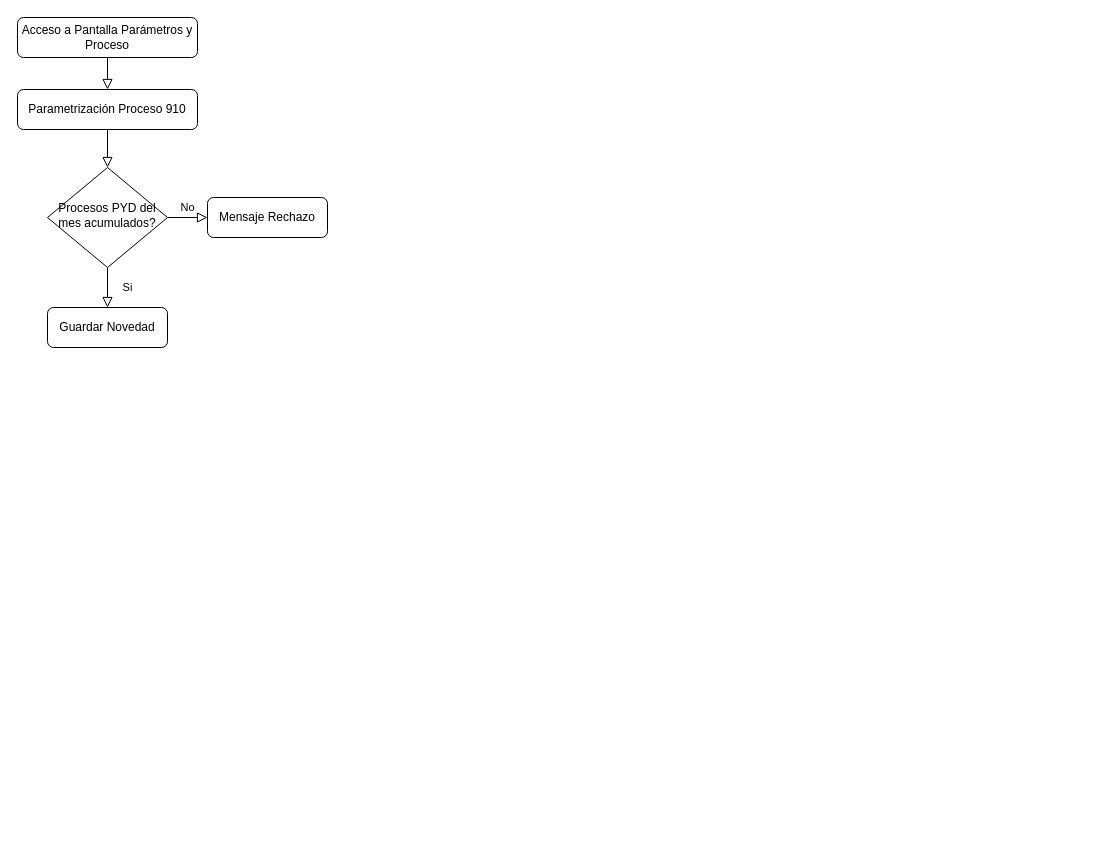
Above: Diagrama sin título.drawio in McClauss/EntregasCoderVD (draw.io), before the change. Source tidied: cells renumbered, new cells numbered last; positions are measured from the earlier drawing's top-left corner, leaving out a move shared by most shapes. Both pictures are drawn from the tidied source at 100%, with x=0, y=0 at pixel (17, 17).
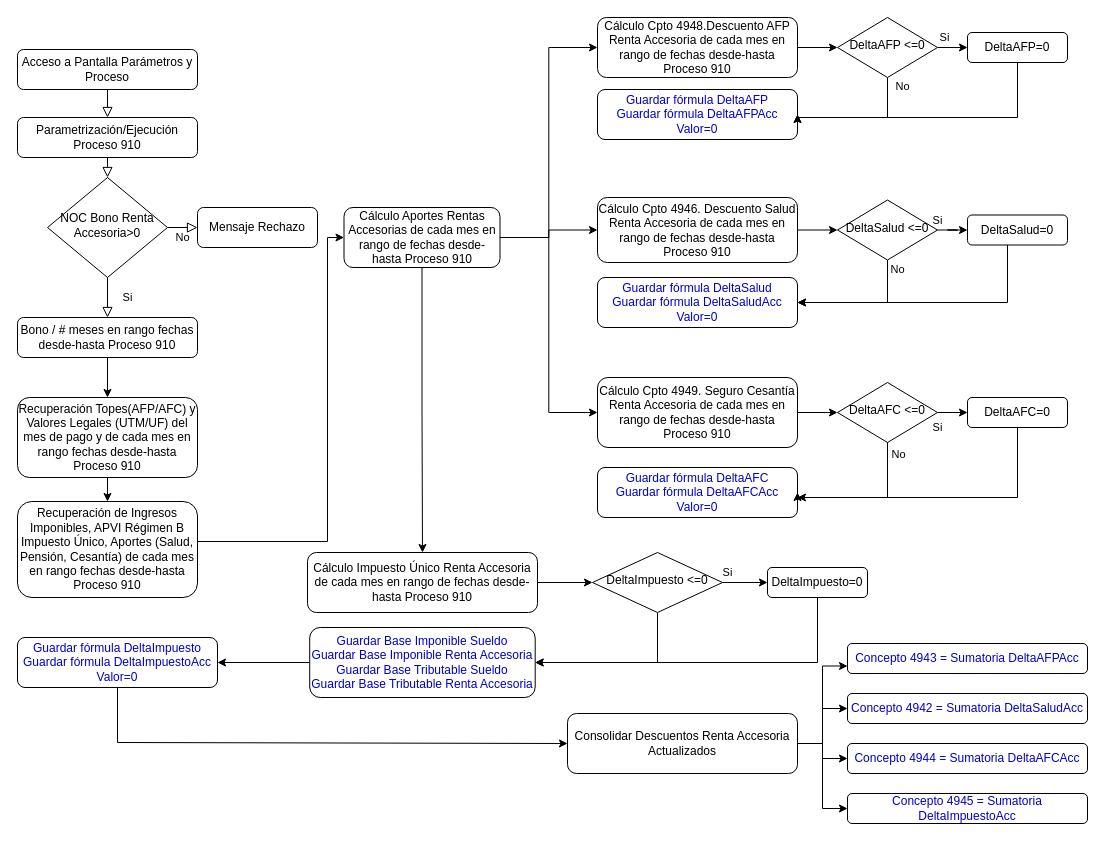
After the change.

Change to the diagram source:
```diff
@@
-    <mxCell id="2" style="rounded=0;html=1;jettySize=auto;fontSize=11;endArrow=block;endFill=0;endSize=8;strokeWidth=1;shadow=0;labelBackgroundColor=none;edgeStyle=orthogonalEdgeStyle;exitX=0.5;exitY=1;exitDx=0;exitDy=0;" parent="1" edge="1" source="9" target="6">
-      <mxGeometry relative="1" as="geometry" />
+    <mxCell id="2" style="rounded=0;html=1;jettySize=auto;fontSize=11;endArrow=block;endFill=0;endSize=8;strokeWidth=1;shadow=0;labelBackgroundColor=none;edgeStyle=orthogonalEdgeStyle;exitX=0.5;exitY=1;exitDx=0;exitDy=0;" parent="1" edge="1" source="9">
+      <mxGeometry relative="1" as="geometry">
+        <mxPoint x="90" y="160" as="targetPoint" />
+      </mxGeometry>
     </mxCell>
     <mxCell id="3" value="Acceso a Pantalla Parámetros y Proceso" style="rounded=1;whiteSpace=wrap;html=1;fontSize=12;glass=0;strokeWidth=1;shadow=0;" parent="1" vertex="1">
-      <mxGeometry width="180" height="40" as="geometry" />
+      <mxGeometry y="32" width="180" height="40" as="geometry" />
     </mxCell>
@@
-    <mxCell id="5" value="No" style="edgeStyle=orthogonalEdgeStyle;rounded=0;html=1;jettySize=auto;fontSize=11;endArrow=block;endFill=0;endSize=8;strokeWidth=1;shadow=0;labelBackgroundColor=none;" parent="1" edge="1" source="6" target="7">
+    <mxCell id="5" value="No" style="edgeStyle=orthogonalEdgeStyle;rounded=0;html=1;jettySize=auto;fontSize=11;endArrow=block;endFill=0;endSize=8;strokeWidth=1;shadow=0;labelBackgroundColor=none;entryX=0;entryY=0.5;entryDx=0;entryDy=0;" parent="1" edge="1" source="6" target="7">
       <mxGeometry y="10" relative="1" as="geometry" />
     </mxCell>
-    <mxCell id="6" value="Procesos PYD del mes acumulados?" style="rhombus;whiteSpace=wrap;html=1;shadow=0;fontFamily=Helvetica;fontSize=12;align=center;strokeWidth=1;spacing=6;spacingTop=-4;" parent="1" vertex="1">
-      <mxGeometry x="30" y="150" width="120" height="100" as="geometry" />
+    <mxCell id="6" value="NOC Bono Renta Accesoria&amp;gt;0" style="rhombus;whiteSpace=wrap;html=1;shadow=0;fontFamily=Helvetica;fontSize=12;align=center;strokeWidth=1;spacing=6;spacingTop=-4;" parent="1" vertex="1">
+      <mxGeometry x="30" y="160" width="120" height="100" as="geometry" />
     </mxCell>
     <mxCell id="7" value="Mensaje Rechazo" style="rounded=1;whiteSpace=wrap;html=1;fontSize=12;glass=0;strokeWidth=1;shadow=0;" parent="1" vertex="1">
-      <mxGeometry x="190" y="180" width="120" height="40" as="geometry" />
+      <mxGeometry x="180" y="190" width="120" height="40" as="geometry" />
     </mxCell>
+    <mxCell id="11" style="edgeStyle=orthogonalEdgeStyle;rounded=0;jettySize=auto;html=1;entryX=0.5;entryY=0;entryDx=0;entryDy=0;" parent="1" edge="1" source="8" target="13">
+      <mxGeometry relative="1" as="geometry" />
+    </mxCell>
-    <mxCell id="8" value="Guardar Novedad" style="rounded=1;whiteSpace=wrap;html=1;fontSize=12;glass=0;strokeWidth=1;shadow=0;" parent="1" vertex="1">
-      <mxGeometry x="30" y="290" width="120" height="40" as="geometry" />
+    <mxCell id="8" value="Bono / # meses en rango fechas desde-hasta Proceso 910" style="rounded=1;whiteSpace=wrap;html=1;fontSize=12;glass=0;strokeWidth=1;shadow=0;" parent="1" vertex="1">
+      <mxGeometry y="300" width="180" height="40" as="geometry" />
     </mxCell>
-    <mxCell id="9" value="Parametrización Proceso 910" style="rounded=1;whiteSpace=wrap;html=1;fontSize=12;glass=0;strokeWidth=1;shadow=0;" parent="1" vertex="1">
-      <mxGeometry y="72" width="180" height="40" as="geometry" />
+    <mxCell id="9" value="Parametrización/Ejecución Proceso 910" style="rounded=1;whiteSpace=wrap;html=1;fontSize=12;glass=0;strokeWidth=1;shadow=0;" parent="1" vertex="1">
+      <mxGeometry y="100" width="180" height="40" as="geometry" />
     </mxCell>
@@
+    <mxCell id="12" style="edgeStyle=orthogonalEdgeStyle;rounded=0;jettySize=auto;html=1;" parent="1" edge="1" source="13" target="15">
+      <mxGeometry relative="1" as="geometry" />
+    </mxCell>
+    <mxCell id="13" value="Recuperación Topes(AFP/AFC) y Valores Legales (UTM/UF) del mes de pago y de cada mes en rango fechas desde-hasta Proceso 910" style="rounded=1;whiteSpace=wrap;html=1;fontSize=12;glass=0;strokeWidth=1;shadow=0;" parent="1" vertex="1">
+      <mxGeometry y="380" width="180" height="80" as="geometry" />
+    </mxCell>
+    <mxCell id="14" style="edgeStyle=orthogonalEdgeStyle;rounded=0;jettySize=auto;html=1;entryX=0;entryY=0.5;entryDx=0;entryDy=0;" parent="1" edge="1" source="15" target="22">
+      <mxGeometry relative="1" as="geometry">
+        <Array as="points">
+          <mxPoint x="310" y="524" />
+          <mxPoint x="310" y="220" />
+        </Array>
+      </mxGeometry>
+    </mxCell>
+    <mxCell id="15" value="Recuperación de Ingresos Imponibles, APVI Régimen B Impuesto Único, Aportes (Salud, Pensión, Cesantía) de cada mes en rango fechas desde-hasta Proceso 910" style="rounded=1;whiteSpace=wrap;html=1;fontSize=12;glass=0;strokeWidth=1;shadow=0;" parent="1" vertex="1">
+      <mxGeometry y="484" width="180" height="96" as="geometry" />
+    </mxCell>
+    <mxCell id="16" style="edgeStyle=orthogonalEdgeStyle;rounded=0;jettySize=auto;html=1;entryX=0;entryY=0.5;entryDx=0;entryDy=0;" parent="1" edge="1" source="17" target="35">
+      <mxGeometry relative="1" as="geometry" />
+    </mxCell>
+    <mxCell id="17" value="Cálculo Cpto 4948.Descuento AFP Renta Accesoria de cada mes en rango de fechas desde-hasta Proceso 910" style="rounded=1;whiteSpace=wrap;html=1;fontSize=12;glass=0;strokeWidth=1;shadow=0;" parent="1" vertex="1">
+      <mxGeometry x="580" width="200" height="60" as="geometry" />
+    </mxCell>
+    <mxCell id="18" style="edgeStyle=orthogonalEdgeStyle;rounded=0;jettySize=auto;html=1;entryX=0.5;entryY=0;entryDx=0;entryDy=0;" parent="1" edge="1" source="22" target="29">
+      <mxGeometry relative="1" as="geometry" />
+    </mxCell>
+    <mxCell id="19" style="edgeStyle=orthogonalEdgeStyle;rounded=0;jettySize=auto;html=1;entryX=0;entryY=0.5;entryDx=0;entryDy=0;" parent="1" edge="1" source="22" target="17">
+      <mxGeometry relative="1" as="geometry" />
+    </mxCell>
+    <mxCell id="20" style="edgeStyle=orthogonalEdgeStyle;rounded=0;jettySize=auto;html=1;entryX=0;entryY=0.5;entryDx=0;entryDy=0;" parent="1" edge="1" source="22" target="24">
+      <mxGeometry relative="1" as="geometry" />
+    </mxCell>
+    <mxCell id="21" style="edgeStyle=orthogonalEdgeStyle;rounded=0;jettySize=auto;html=1;entryX=0;entryY=0.5;entryDx=0;entryDy=0;" parent="1" edge="1" source="22" target="26">
+      <mxGeometry relative="1" as="geometry" />
+    </mxCell>
+    <mxCell id="22" value="Cálculo Aportes Rentas Accesorias de cada mes en rango de fechas desde-hasta Proceso 910" style="rounded=1;whiteSpace=wrap;html=1;fontSize=12;glass=0;strokeWidth=1;shadow=0;" parent="1" vertex="1">
+      <mxGeometry x="326.5" y="190" width="156" height="60" as="geometry" />
+    </mxCell>
+    <mxCell id="23" style="edgeStyle=orthogonalEdgeStyle;rounded=0;jettySize=auto;html=1;entryX=0;entryY=0.5;entryDx=0;entryDy=0;" parent="1" edge="1" source="24" target="40">
+      <mxGeometry relative="1" as="geometry" />
+    </mxCell>
+    <mxCell id="24" value="Cálculo Cpto 4946. Descuento Salud Renta Accesoria de cada mes en rango de fechas desde-hasta Proceso 910" style="rounded=1;whiteSpace=wrap;html=1;fontSize=12;glass=0;strokeWidth=1;shadow=0;" parent="1" vertex="1">
+      <mxGeometry x="580" y="180" width="200" height="65" as="geometry" />
+    </mxCell>
+    <mxCell id="25" style="edgeStyle=orthogonalEdgeStyle;rounded=0;jettySize=auto;html=1;entryX=0;entryY=0.5;entryDx=0;entryDy=0;" parent="1" edge="1" source="26" target="46">
+      <mxGeometry relative="1" as="geometry" />
+    </mxCell>
+    <mxCell id="26" value="Cálculo Cpto 4949. Seguro Cesantía Renta Accesoria de cada mes en rango de fechas desde-hasta Proceso 910" style="rounded=1;whiteSpace=wrap;html=1;fontSize=12;glass=0;strokeWidth=1;shadow=0;" parent="1" vertex="1">
+      <mxGeometry x="580" y="360" width="200" height="70" as="geometry" />
+    </mxCell>
+    <mxCell id="27" style="edgeStyle=orthogonalEdgeStyle;rounded=0;jettySize=auto;html=1;entryX=0;entryY=0.5;entryDx=0;entryDy=0;" parent="1" edge="1" source="29" target="54">
+      <mxGeometry relative="1" as="geometry" />
+    </mxCell>
+    <mxCell id="28" style="edgeStyle=orthogonalEdgeStyle;rounded=0;jettySize=auto;html=1;entryX=0;entryY=0.5;entryDx=0;entryDy=0;exitX=0.5;exitY=1;exitDx=0;exitDy=0;" parent="1" edge="1" source="51" target="61">
+      <mxGeometry relative="1" as="geometry">
+        <Array as="points">
+          <mxPoint x="100" y="725" />
+          <mxPoint x="550" y="725" />
+        </Array>
+      </mxGeometry>
+    </mxCell>
+    <mxCell id="29" value="Cálculo Impuesto Único Renta Accesoria de cada mes en rango de fechas desde-hasta Proceso 910" style="rounded=1;whiteSpace=wrap;html=1;fontSize=12;glass=0;strokeWidth=1;shadow=0;" parent="1" vertex="1">
+      <mxGeometry x="290" y="535" width="230" height="60" as="geometry" />
+    </mxCell>
+    <mxCell id="30" value="Guardar fórmula DeltaAFP&lt;br&gt;Guardar fórmula DeltaAFPAcc&lt;br&gt;Valor=0" style="rounded=1;whiteSpace=wrap;html=1;fontSize=12;glass=0;strokeWidth=1;shadow=0;fontStyle=0;fontColor=#0000CC;" parent="1" vertex="1">
+      <mxGeometry x="580" y="72" width="200" height="50" as="geometry" />
+    </mxCell>
+    <mxCell id="31" value="Guardar fórmula DeltaSalud&lt;br&gt;Guardar fórmula DeltaSaludAcc&lt;br&gt;Valor=0" style="rounded=1;whiteSpace=wrap;html=1;fontSize=12;glass=0;strokeWidth=1;shadow=0;fontStyle=0;fontColor=#0000CC;" parent="1" vertex="1">
+      <mxGeometry x="580" y="260" width="200" height="50" as="geometry" />
+    </mxCell>
+    <mxCell id="32" value="Guardar fórmula DeltaAFC&lt;br&gt;Guardar fórmula DeltaAFCAcc&lt;br&gt;Valor=0" style="rounded=1;whiteSpace=wrap;html=1;fontSize=12;glass=0;strokeWidth=1;shadow=0;fontStyle=0;fontColor=#0000CC;" parent="1" vertex="1">
+      <mxGeometry x="580" y="450" width="200" height="50" as="geometry" />
+    </mxCell>
+    <mxCell id="33" value="No" style="edgeStyle=orthogonalEdgeStyle;rounded=0;jettySize=auto;html=1;entryX=1;entryY=0.5;entryDx=0;entryDy=0;" parent="1" edge="1" source="35" target="30">
+      <mxGeometry x="-0.87" y="15" relative="1" as="geometry">
+        <Array as="points">
+          <mxPoint x="870" y="100" />
+          <mxPoint x="780" y="100" />
+        </Array>
+      </mxGeometry>
+    </mxCell>
+    <mxCell id="34" value="Si" style="edgeStyle=orthogonalEdgeStyle;rounded=0;jettySize=auto;html=1;entryX=0;entryY=0.5;entryDx=0;entryDy=0;" parent="1" edge="1" source="35" target="37">
+      <mxGeometry x="-0.71" y="10" relative="1" as="geometry" />
+    </mxCell>
+    <mxCell id="35" value="DeltaAFP &amp;lt;=0" style="rhombus;whiteSpace=wrap;html=1;shadow=0;fontFamily=Helvetica;fontSize=12;align=center;strokeWidth=1;spacing=6;spacingTop=-4;" parent="1" vertex="1">
+      <mxGeometry x="820" width="100" height="60" as="geometry" />
+    </mxCell>
+    <mxCell id="36" style="edgeStyle=orthogonalEdgeStyle;rounded=0;jettySize=auto;html=1;entryX=1;entryY=0.5;entryDx=0;entryDy=0;exitX=0.5;exitY=1;exitDx=0;exitDy=0;" parent="1" edge="1" source="37" target="30">
+      <mxGeometry relative="1" as="geometry">
+        <Array as="points">
+          <mxPoint x="1000" y="100" />
+          <mxPoint x="780" y="100" />
+        </Array>
+      </mxGeometry>
+    </mxCell>
+    <mxCell id="37" value="DeltaAFP=0" style="rounded=1;whiteSpace=wrap;html=1;fontSize=12;glass=0;strokeWidth=1;shadow=0;" parent="1" vertex="1">
+      <mxGeometry x="950" y="15" width="100" height="30" as="geometry" />
+    </mxCell>
+    <mxCell id="38" value="Si" style="edgeStyle=orthogonalEdgeStyle;rounded=0;jettySize=auto;html=1;entryX=0;entryY=0.5;entryDx=0;entryDy=0;" parent="1" edge="1" source="40" target="42">
+      <mxGeometry x="-1" y="10" relative="1" as="geometry" />
+    </mxCell>
+    <mxCell id="39" value="No" style="edgeStyle=orthogonalEdgeStyle;rounded=0;jettySize=auto;html=1;entryX=1;entryY=0.5;entryDx=0;entryDy=0;" parent="1" edge="1" source="40" target="31">
+      <mxGeometry x="-0.87" y="10" relative="1" as="geometry">
+        <Array as="points">
+          <mxPoint x="870" y="285" />
+        </Array>
+      </mxGeometry>
+    </mxCell>
+    <mxCell id="40" value="DeltaSalud &amp;lt;=0" style="rhombus;whiteSpace=wrap;html=1;shadow=0;fontFamily=Helvetica;fontSize=12;align=center;strokeWidth=1;spacing=6;spacingTop=-4;" parent="1" vertex="1">
+      <mxGeometry x="820" y="182.5" width="100" height="60" as="geometry" />
+    </mxCell>
+    <mxCell id="41" style="edgeStyle=orthogonalEdgeStyle;rounded=0;jettySize=auto;html=1;entryX=1;entryY=0.5;entryDx=0;entryDy=0;" parent="1" edge="1" source="42" target="31">
+      <mxGeometry relative="1" as="geometry">
+        <Array as="points">
+          <mxPoint x="990" y="285" />
+        </Array>
+      </mxGeometry>
+    </mxCell>
+    <mxCell id="42" value="DeltaSalud=0" style="rounded=1;whiteSpace=wrap;html=1;fontSize=12;glass=0;strokeWidth=1;shadow=0;" parent="1" vertex="1">
+      <mxGeometry x="950" y="197.5" width="100" height="30" as="geometry" />
+    </mxCell>
+    <mxCell id="43" value="Si" style="edgeStyle=orthogonalEdgeStyle;rounded=0;jettySize=auto;html=1;entryX=0;entryY=0.5;entryDx=0;entryDy=0;" parent="1" edge="1" source="46" target="48">
+      <mxGeometry x="-1" y="-15" relative="1" as="geometry" />
+    </mxCell>
+    <mxCell id="44" style="edgeStyle=orthogonalEdgeStyle;rounded=0;jettySize=auto;html=1;entryX=1;entryY=0.5;entryDx=0;entryDy=0;" parent="1" edge="1" source="46" target="32">
+      <mxGeometry relative="1" as="geometry">
+        <Array as="points">
+          <mxPoint x="870" y="480" />
+          <mxPoint x="780" y="480" />
+        </Array>
+      </mxGeometry>
+    </mxCell>
+    <mxCell id="45" value="No" style="edgeLabel;html=1;align=center;verticalAlign=middle;" parent="44" vertex="1">
+      <mxGeometry x="-0.85" y="1" relative="1" as="geometry">
+        <mxPoint x="9" as="offset" />
+      </mxGeometry>
+    </mxCell>
+    <mxCell id="46" value="DeltaAFC &amp;lt;=0" style="rhombus;whiteSpace=wrap;html=1;shadow=0;fontFamily=Helvetica;fontSize=12;align=center;strokeWidth=1;spacing=6;spacingTop=-4;" parent="1" vertex="1">
+      <mxGeometry x="820" y="365" width="100" height="60" as="geometry" />
+    </mxCell>
+    <mxCell id="47" style="edgeStyle=orthogonalEdgeStyle;rounded=0;jettySize=auto;html=1;entryX=1;entryY=0.6;entryDx=0;entryDy=0;entryPerimeter=0;" parent="1" edge="1" source="48" target="32">
+      <mxGeometry relative="1" as="geometry">
+        <Array as="points">
+          <mxPoint x="1000" y="480" />
+        </Array>
+      </mxGeometry>
+    </mxCell>
+    <mxCell id="48" value="DeltaAFC=0" style="rounded=1;whiteSpace=wrap;html=1;fontSize=12;glass=0;strokeWidth=1;shadow=0;" parent="1" vertex="1">
+      <mxGeometry x="950" y="380" width="100" height="30" as="geometry" />
+    </mxCell>
+    <mxCell id="49" style="edgeStyle=orthogonalEdgeStyle;rounded=0;jettySize=auto;html=1;entryX=1;entryY=0.5;entryDx=0;entryDy=0;" parent="1" edge="1" source="50" target="51">
+      <mxGeometry relative="1" as="geometry" />
+    </mxCell>
+    <mxCell id="50" value="Guardar Base Imponible Sueldo&lt;br&gt;Guardar Base Imponible Renta Accesoria&lt;br&gt;Guardar Base Tributable Sueldo&lt;br&gt;Guardar Base Tributable Renta Accesoria" style="rounded=1;whiteSpace=wrap;html=1;fontSize=12;glass=0;strokeWidth=1;shadow=0;fontStyle=0;fontColor=#0000CC;" parent="1" vertex="1">
+      <mxGeometry x="292.2" y="610" width="225.5" height="70" as="geometry" />
+    </mxCell>
+    <mxCell id="51" value="Guardar fórmula DeltaImpuesto&lt;br&gt;Guardar fórmula DeltaImpuestoAcc&lt;br&gt;Valor=0" style="rounded=1;whiteSpace=wrap;html=1;fontSize=12;glass=0;strokeWidth=1;shadow=0;fontStyle=0;fontColor=#0000CC;" parent="1" vertex="1">
+      <mxGeometry y="620" width="200" height="50" as="geometry" />
+    </mxCell>
+    <mxCell id="52" value="Si" style="edgeStyle=orthogonalEdgeStyle;rounded=0;jettySize=auto;html=1;entryX=0;entryY=0.5;entryDx=0;entryDy=0;" parent="1" edge="1" source="54" target="56">
+      <mxGeometry x="-0.78" y="10" relative="1" as="geometry" />
+    </mxCell>
+    <mxCell id="53" style="edgeStyle=orthogonalEdgeStyle;rounded=0;jettySize=auto;html=1;entryX=1;entryY=0.5;entryDx=0;entryDy=0;" parent="1" edge="1" source="54" target="50">
+      <mxGeometry relative="1" as="geometry">
+        <Array as="points">
+          <mxPoint x="640" y="645" />
+        </Array>
+      </mxGeometry>
+    </mxCell>
+    <mxCell id="54" value="DeltaImpuesto &amp;lt;=0" style="rhombus;whiteSpace=wrap;html=1;shadow=0;fontFamily=Helvetica;fontSize=12;align=center;strokeWidth=1;spacing=6;spacingTop=-4;" parent="1" vertex="1">
+      <mxGeometry x="575" y="535" width="130" height="60" as="geometry" />
+    </mxCell>
+    <mxCell id="55" style="edgeStyle=orthogonalEdgeStyle;rounded=0;jettySize=auto;html=1;entryX=1;entryY=0.5;entryDx=0;entryDy=0;" parent="1" edge="1" source="56" target="50">
+      <mxGeometry relative="1" as="geometry">
+        <Array as="points">
+          <mxPoint x="800" y="645" />
+        </Array>
+      </mxGeometry>
+    </mxCell>
+    <mxCell id="56" value="DeltaImpuesto=0" style="rounded=1;whiteSpace=wrap;html=1;fontSize=12;glass=0;strokeWidth=1;shadow=0;" parent="1" vertex="1">
+      <mxGeometry x="750" y="550" width="100" height="30" as="geometry" />
+    </mxCell>
+    <mxCell id="57" style="edgeStyle=orthogonalEdgeStyle;rounded=0;jettySize=auto;html=1;entryX=0;entryY=0.75;entryDx=0;entryDy=0;" parent="1" edge="1" source="61" target="62">
+      <mxGeometry relative="1" as="geometry" />
+    </mxCell>
+    <mxCell id="58" style="edgeStyle=orthogonalEdgeStyle;rounded=0;jettySize=auto;html=1;entryX=0;entryY=0.5;entryDx=0;entryDy=0;" parent="1" edge="1" source="61" target="63">
+      <mxGeometry relative="1" as="geometry" />
+    </mxCell>
+    <mxCell id="59" style="edgeStyle=orthogonalEdgeStyle;rounded=0;jettySize=auto;html=1;entryX=0;entryY=0.5;entryDx=0;entryDy=0;" parent="1" edge="1" source="61" target="64">
+      <mxGeometry relative="1" as="geometry" />
+    </mxCell>
+    <mxCell id="60" style="edgeStyle=orthogonalEdgeStyle;rounded=0;jettySize=auto;html=1;entryX=0;entryY=0.5;entryDx=0;entryDy=0;" parent="1" edge="1" source="61" target="65">
+      <mxGeometry relative="1" as="geometry" />
+    </mxCell>
+    <mxCell id="61" value="Consolidar Descuentos Renta Accesoria Actualizados" style="rounded=1;whiteSpace=wrap;html=1;fontSize=12;glass=0;strokeWidth=1;shadow=0;" parent="1" vertex="1">
+      <mxGeometry x="550" y="696" width="230" height="60" as="geometry" />
+    </mxCell>
+    <mxCell id="62" value="Concepto 4943 = Sumatoria DeltaAFPAcc" style="rounded=1;whiteSpace=wrap;html=1;fontSize=12;glass=0;strokeWidth=1;shadow=0;fontStyle=0;fontColor=#0000CC;" parent="1" vertex="1">
+      <mxGeometry x="830" y="626" width="240" height="30" as="geometry" />
+    </mxCell>
+    <mxCell id="63" value="Concepto 4942 = Sumatoria DeltaSaludAcc" style="rounded=1;whiteSpace=wrap;html=1;fontSize=12;glass=0;strokeWidth=1;shadow=0;fontStyle=0;fontColor=#0000CC;" parent="1" vertex="1">
+      <mxGeometry x="830" y="676" width="240" height="30" as="geometry" />
+    </mxCell>
+    <mxCell id="64" value="Concepto 4944 = Sumatoria DeltaAFCAcc" style="rounded=1;whiteSpace=wrap;html=1;fontSize=12;glass=0;strokeWidth=1;shadow=0;fontStyle=0;fontColor=#0000CC;" parent="1" vertex="1">
+      <mxGeometry x="830" y="726" width="240" height="30" as="geometry" />
+    </mxCell>
+    <mxCell id="65" value="Concepto 4945 = Sumatoria DeltaImpuestoAcc" style="rounded=1;whiteSpace=wrap;html=1;fontSize=12;glass=0;strokeWidth=1;shadow=0;fontStyle=0;fontColor=#0000CC;" parent="1" vertex="1">
+      <mxGeometry x="830" y="776" width="240" height="30" as="geometry" />
+    </mxCell>
```
